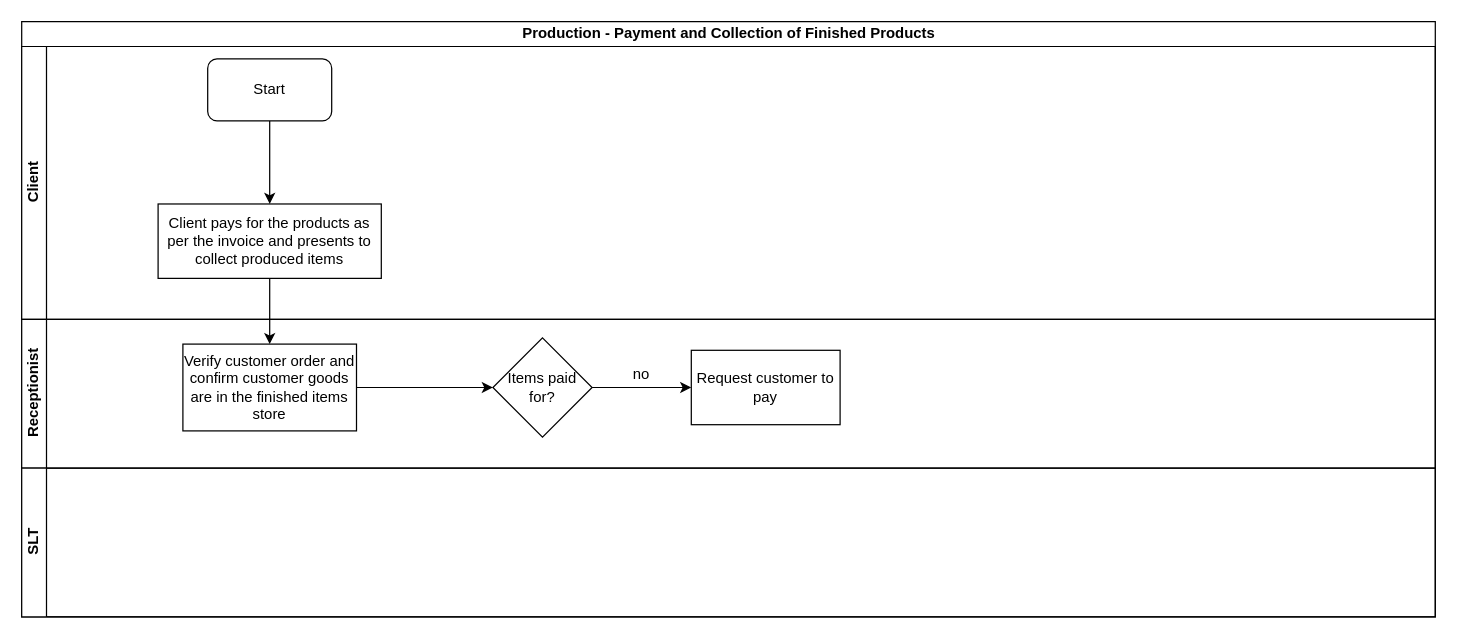
The draw.io diagram LC-Payment and Collection of Finished Products.drawio in kmagua/flowcharts, before the edit. Source tidied: cells renumbered, new cells numbered last; positions are measured from the earlier drawing's top-left corner, leaving out a move shared by most shapes. Both pictures are drawn from the tidied source at 124%, with x=0, y=0 at pixel (21, 21).
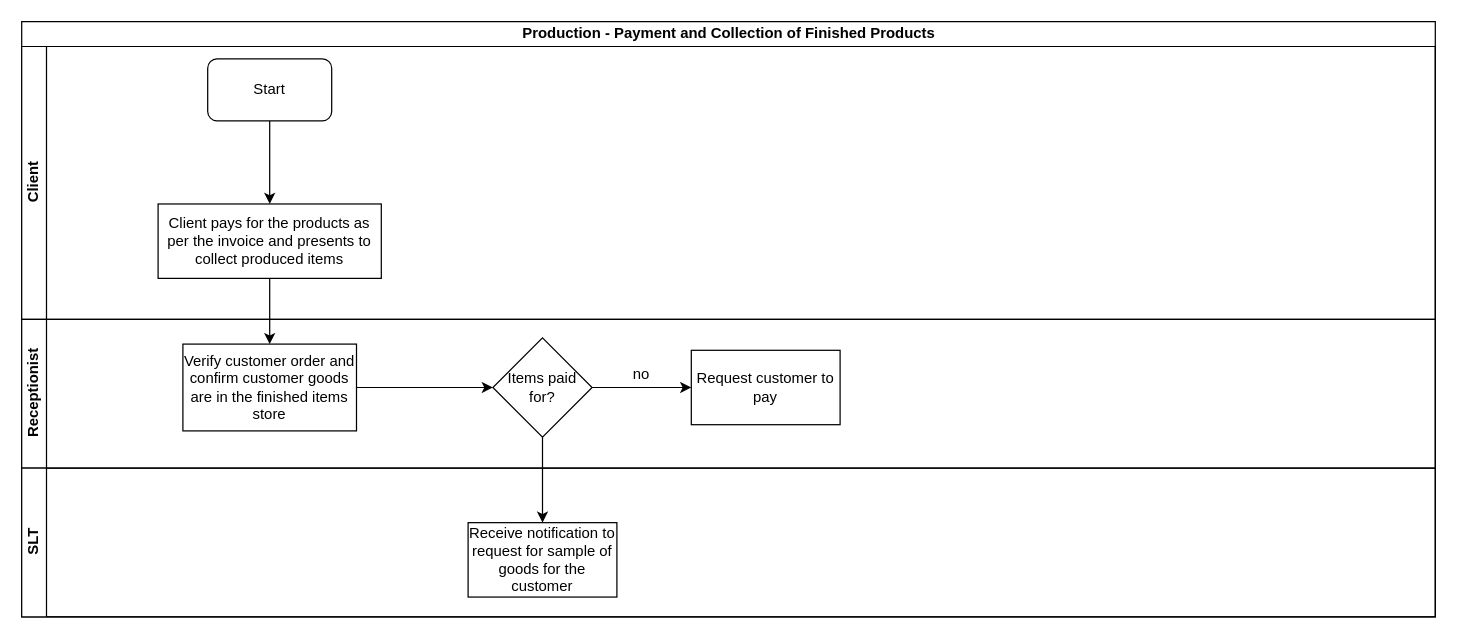
The same page after the edit.

Diff of the diagram source:
```diff
@@
 <mxGraphModel>
   <root>
     <mxCell id="0" />
     <mxCell id="1" parent="0" />
     <mxCell id="2" value="Production - Payment and Collection of Finished Products" style="swimlane;html=1;horizontal=1;startSize=20;" parent="1" vertex="1">
       <mxGeometry width="1140" height="480" as="geometry" />
     </mxCell>
     <mxCell id="3" value="Client" style="swimlane;html=1;startSize=20;horizontal=0;" parent="2" vertex="1">
       <mxGeometry y="20" width="1140" height="220" as="geometry" />
     </mxCell>
     <mxCell id="4" value="Start" style="rounded=1;whiteSpace=wrap;html=1;" parent="3" vertex="1">
       <mxGeometry x="150" y="10" width="100" height="50" as="geometry" />
     </mxCell>
     <mxCell id="5" value="Client pays for the products as per the invoice and presents to collect produced items" style="rounded=0;whiteSpace=wrap;html=1;" parent="3" vertex="1">
       <mxGeometry x="110" y="127" width="180" height="60" as="geometry" />
     </mxCell>
     <mxCell id="6" style="edgeStyle=orthogonalEdgeStyle;rounded=0;jettySize=auto;html=1;entryX=0.5;entryY=0;entryDx=0;entryDy=0;" parent="3" edge="1" source="4" target="5">
       <mxGeometry relative="1" as="geometry" />
     </mxCell>
     <mxCell id="7" value="Receptionist" style="swimlane;html=1;startSize=20;horizontal=0;" parent="2" vertex="1">
       <mxGeometry y="240" width="1140" height="120" as="geometry" />
     </mxCell>
     <mxCell id="8" value="Verify customer order and confirm customer goods are in the finished items store" style="whiteSpace=wrap;html=1;rounded=0;" parent="7" vertex="1">
       <mxGeometry x="130" y="20" width="140" height="70" as="geometry" />
     </mxCell>
     <mxCell id="9" value="Request customer to pay" style="whiteSpace=wrap;html=1;rounded=0;" parent="7" vertex="1">
       <mxGeometry x="540" y="25" width="120" height="60" as="geometry" />
     </mxCell>
     <mxCell id="10" value="no" style="text;html=1;strokeColor=none;fillColor=none;align=center;verticalAlign=middle;whiteSpace=wrap;rounded=0;" parent="7" vertex="1">
       <mxGeometry x="480" y="35" width="40" height="20" as="geometry" />
     </mxCell>
     <mxCell id="11" value="SLT" style="swimlane;html=1;startSize=20;horizontal=0;" parent="2" vertex="1">
       <mxGeometry y="360" width="1140" height="120" as="geometry" />
     </mxCell>
+    <mxCell id="16" value="Receive notification to request for sample of goods for the customer " style="whiteSpace=wrap;html=1;rounded=0;" parent="11" vertex="1">
+      <mxGeometry x="360" y="44" width="120" height="60" as="geometry" />
+    </mxCell>
     <mxCell id="12" style="edgeStyle=orthogonalEdgeStyle;rounded=0;jettySize=auto;html=1;" parent="2" edge="1" source="5" target="8">
       <mxGeometry relative="1" as="geometry" />
     </mxCell>
     <mxCell id="13" style="edgeStyle=orthogonalEdgeStyle;rounded=0;jettySize=auto;html=1;" parent="1" edge="1" source="14" target="9">
       <mxGeometry relative="1" as="geometry" />
     </mxCell>
+    <mxCell id="17" style="edgeStyle=orthogonalEdgeStyle;rounded=0;jettySize=auto;html=1;" parent="1" edge="1" source="14" target="16">
+      <mxGeometry relative="1" as="geometry" />
+    </mxCell>
     <mxCell id="14" value="Items paid for?" style="rhombus;whiteSpace=wrap;html=1;rounded=0;" parent="1" vertex="1">
       <mxGeometry x="380" y="255" width="80" height="80" as="geometry" />
     </mxCell>
     <mxCell id="15" style="edgeStyle=orthogonalEdgeStyle;rounded=0;jettySize=auto;html=1;" parent="1" edge="1" source="8" target="14">
       <mxGeometry relative="1" as="geometry" />
     </mxCell>
   </root>
 </mxGraphModel>
```
